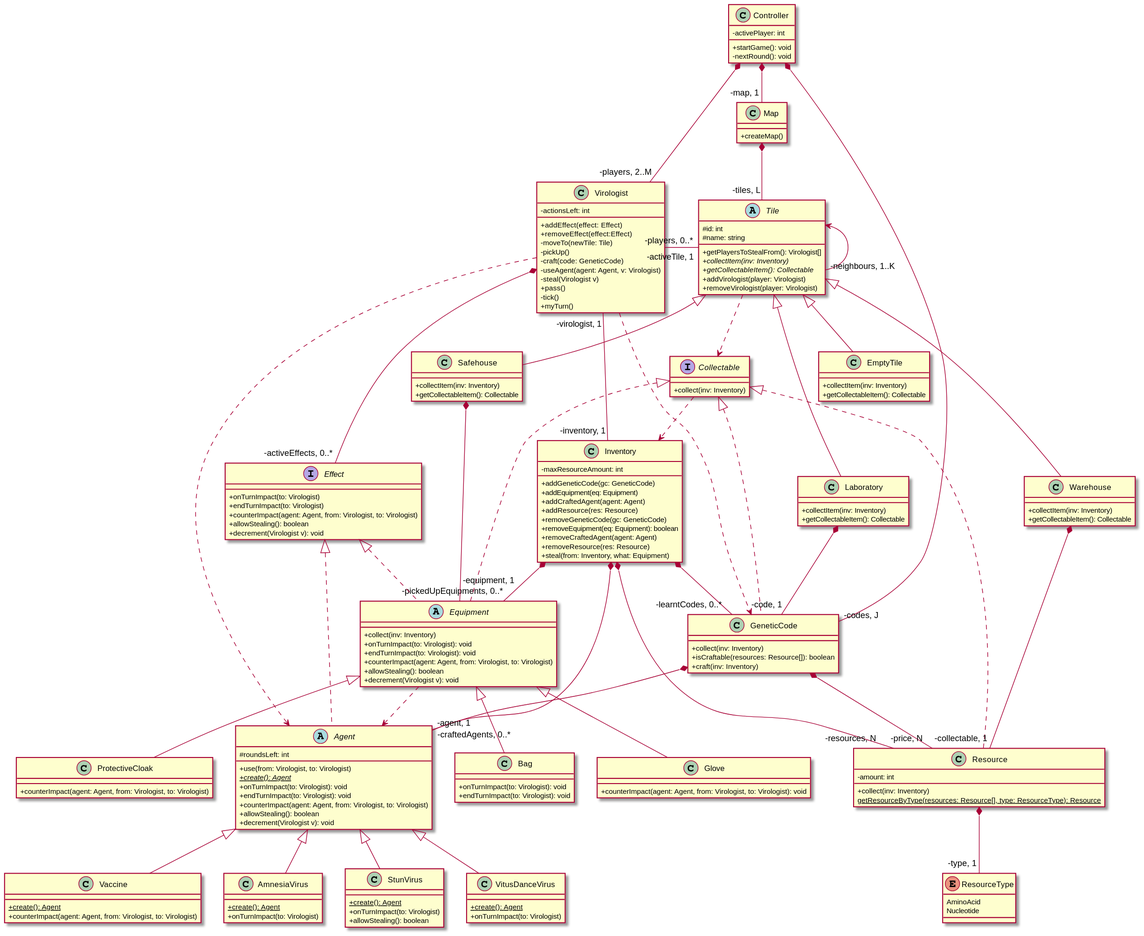
Before: docs/classDiagrams/classDiagram.svg, a diagram exported from PlantUML (Tschonti/503-service-unavailable).
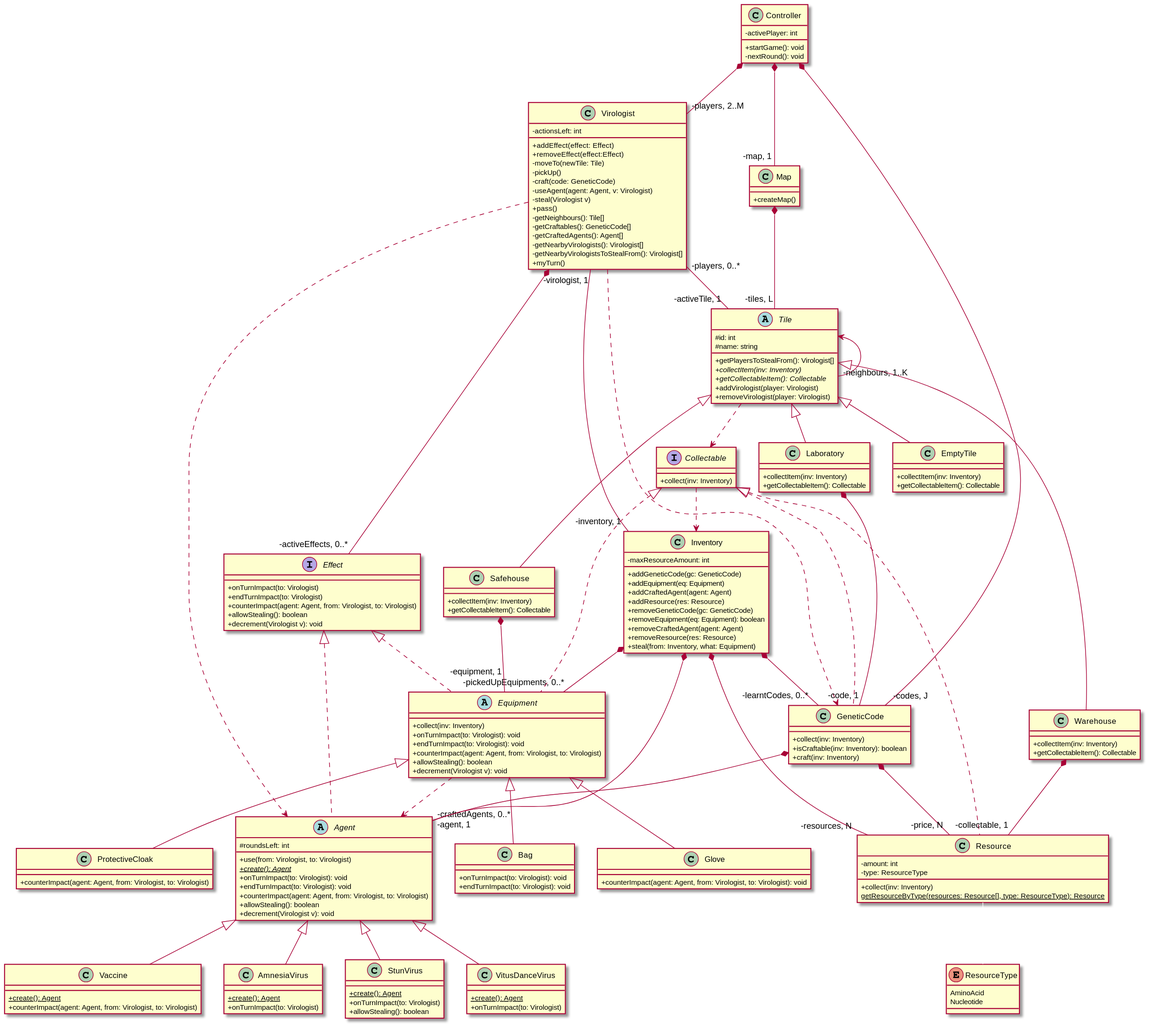
The same diagram one commit later.

Diff of the diagram source:
```diff
@@ -1,18 +1,23 @@
 @startuml
 skinparam classAttributeIconSize 0
+
 class Resource implements Collectable {
     -amount: int
+    -type: ResourceType
     +collect(inv: Inventory)
     {static} getResourceByType(resources: Resource[], type: ResourceType): Resource
+
 }
 
 enum ResourceType {
     AminoAcid
     Nucleotide
 }
-Resource *-- "-type, 1" ResourceType
+
+Resource -- ResourceType #line:white
 
 abstract class Agent implements Effect {
+
     #roundsLeft: int
     +use(from: Virologist, to: Virologist)
     {static} {abstract} +create(): Agent
@@ -52,7 +57,11 @@
     -useAgent(agent: Agent, v: Virologist)
     -steal(Virologist v)
     +pass()
-    -tick()          /'crafted agentek idejét eggyel csökkenti'/
+    -getNeighbours(): Tile[]
+    -getCraftables(): GeneticCode[]
+    -getCraftedAgents(): Agent[]
+    -getNearbyVirologists(): Virologist[]
+    -getNearbyVirologistsToStealFrom(): Virologist[]
     +myTurn()        /' A játékos mikor sorra kerül ezek történnek '/
 }
 
@@ -77,7 +86,7 @@
 }
 class GeneticCode implements Collectable {
     +collect(inv: Inventory) /'Collectable'/
-    +isCraftable(resources: Resource[]): boolean
+    +isCraftable(inv: Inventory): boolean
     +craft(inv: Inventory)
 }
 
@@ -102,7 +111,7 @@
 GeneticCode *-- "-price, N" Resource
 GeneticCode *-- "-agent, 1" Agent
 
-Virologist "-players, 0..*" - "-activeTile, 1" Tile
+Virologist "-players, 0..*" -- "-activeTile, 1" Tile
 
 abstract class Equipment implements Effect, Collectable {
     +collect(inv: Inventory)
```
